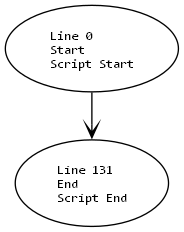
Above: in/in.png in mine41/deob (Graphviz), before the change. Its source is kept beside it as in/in.dot.
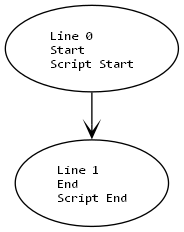
After the change.

The edit, as a diff of the source:
```diff
@@ -11,7 +11,7 @@
     edge [fontname="Arial", arrowhead=vee, fontsize=9];
 
     1 [label="Line 0\lStart\lScript Start", shape=oval];
-    2 [label="Line 131\lEnd\lScript End", shape=oval];
+    2 [label="Line 1\lEnd\lScript End", shape=oval];
 
     1 -> 2;
 }
```
